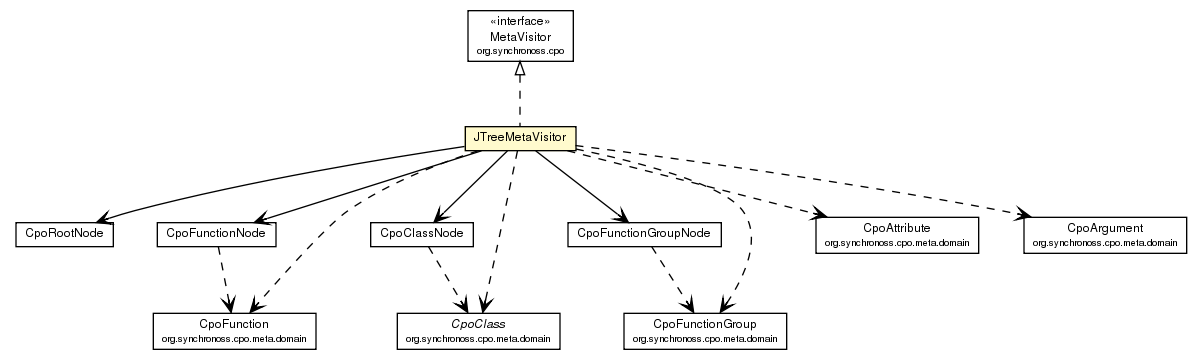
synchronoss/cpo-util keeps this Graphviz diagram as site/apidocs/org/synchronoss/cpo/util/JTreeMetaVisitor.png. Above is the earlier version. Its source is kept beside it as site/apidocs/org/synchronoss/cpo/util/JTreeMetaVisitor.dot.
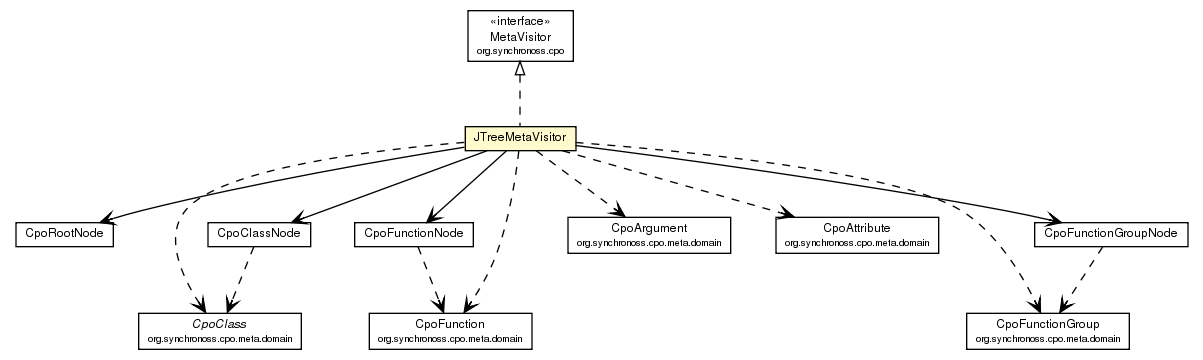
Above is the later version.

The edit, as a diff of the source:
```diff
@@ -34,37 +34,37 @@
 	c1707:p -> c1721:p [taillabel="", label="", headlabel="", fontname="Helvetica", fontcolor="black", fontsize=10.0, color="black", arrowhead=open];
 	c1707:p -> c1765:p [taillabel="", label="", headlabel="", fontname="Helvetica", fontcolor="black", fontsize=10.0, color="black", arrowhead=open, style=dashed];
 	c1707:p -> c1766:p [taillabel="", label="", headlabel="", fontname="Helvetica", fontcolor="black", fontsize=10.0, color="black", arrowhead=open, style=dashed];
+	c1707:p -> c1767:p [taillabel="", label="", headlabel="", fontname="Helvetica", fontcolor="black", fontsize=10.0, color="black", arrowhead=open, style=dashed];
 	c1707:p -> c1768:p [taillabel="", label="", headlabel="", fontname="Helvetica", fontcolor="black", fontsize=10.0, color="black", arrowhead=open, style=dashed];
-	c1707:p -> c1769:p [taillabel="", label="", headlabel="", fontname="Helvetica", fontcolor="black", fontsize=10.0, color="black", arrowhead=open, style=dashed];
 	c1707:p -> c1770:p [taillabel="", label="", headlabel="", fontname="Helvetica", fontcolor="black", fontsize=10.0, color="black", arrowhead=open, style=dashed];
-	c1721:p -> c1765:p [taillabel="", label="", headlabel="", fontname="Helvetica", fontcolor="black", fontsize=10.0, color="black", arrowhead=open, style=dashed];
-	c1723:p -> c1766:p [taillabel="", label="", headlabel="", fontname="Helvetica", fontcolor="black", fontsize=10.0, color="black", arrowhead=open, style=dashed];
-	c1728:p -> c1768:p [taillabel="", label="", headlabel="", fontname="Helvetica", fontcolor="black", fontsize=10.0, color="black", arrowhead=open, style=dashed];
-	c1766 [label=<<table border="0" cellborder="1" cellspacing="0" cellpadding="2" port="p" href="http://java.sun.com/j2se/1.4.2/docs/api/org/synchronoss/cpo/meta/domain/CpoClass.html">
+	c1721:p -> c1768:p [taillabel="", label="", headlabel="", fontname="Helvetica", fontcolor="black", fontsize=10.0, color="black", arrowhead=open, style=dashed];
+	c1723:p -> c1765:p [taillabel="", label="", headlabel="", fontname="Helvetica", fontcolor="black", fontsize=10.0, color="black", arrowhead=open, style=dashed];
+	c1728:p -> c1770:p [taillabel="", label="", headlabel="", fontname="Helvetica", fontcolor="black", fontsize=10.0, color="black", arrowhead=open, style=dashed];
+	c1765 [label=<<table border="0" cellborder="1" cellspacing="0" cellpadding="2" port="p" href="http://java.sun.com/j2se/1.4.2/docs/api/org/synchronoss/cpo/meta/domain/CpoClass.html">
 		<tr><td><table border="0" cellspacing="0" cellpadding="1">
 			<tr><td><font face="Helvetica-Oblique"> CpoClass </font></td></tr>
 			<tr><td><font point-size="7.0"> org.synchronoss.cpo.meta.domain </font></td></tr>
 		</table></td></tr>
 		</table>>, fontname="Helvetica", fontcolor="black", fontsize=9.0];
-	c1770 [label=<<table border="0" cellborder="1" cellspacing="0" cellpadding="2" port="p" href="http://java.sun.com/j2se/1.4.2/docs/api/org/synchronoss/cpo/meta/domain/CpoArgument.html">
+	c1766 [label=<<table border="0" cellborder="1" cellspacing="0" cellpadding="2" port="p" href="http://java.sun.com/j2se/1.4.2/docs/api/org/synchronoss/cpo/meta/domain/CpoArgument.html">
 		<tr><td><table border="0" cellspacing="0" cellpadding="1">
 			<tr><td> CpoArgument </td></tr>
 			<tr><td><font point-size="7.0"> org.synchronoss.cpo.meta.domain </font></td></tr>
 		</table></td></tr>
 		</table>>, fontname="Helvetica", fontcolor="black", fontsize=9.0];
-	c1769 [label=<<table border="0" cellborder="1" cellspacing="0" cellpadding="2" port="p" href="http://java.sun.com/j2se/1.4.2/docs/api/org/synchronoss/cpo/meta/domain/CpoAttribute.html">
+	c1767 [label=<<table border="0" cellborder="1" cellspacing="0" cellpadding="2" port="p" href="http://java.sun.com/j2se/1.4.2/docs/api/org/synchronoss/cpo/meta/domain/CpoAttribute.html">
 		<tr><td><table border="0" cellspacing="0" cellpadding="1">
 			<tr><td> CpoAttribute </td></tr>
 			<tr><td><font point-size="7.0"> org.synchronoss.cpo.meta.domain </font></td></tr>
 		</table></td></tr>
 		</table>>, fontname="Helvetica", fontcolor="black", fontsize=9.0];
-	c1765 [label=<<table border="0" cellborder="1" cellspacing="0" cellpadding="2" port="p" href="http://java.sun.com/j2se/1.4.2/docs/api/org/synchronoss/cpo/meta/domain/CpoFunction.html">
+	c1768 [label=<<table border="0" cellborder="1" cellspacing="0" cellpadding="2" port="p" href="http://java.sun.com/j2se/1.4.2/docs/api/org/synchronoss/cpo/meta/domain/CpoFunction.html">
 		<tr><td><table border="0" cellspacing="0" cellpadding="1">
 			<tr><td> CpoFunction </td></tr>
 			<tr><td><font point-size="7.0"> org.synchronoss.cpo.meta.domain </font></td></tr>
 		</table></td></tr>
 		</table>>, fontname="Helvetica", fontcolor="black", fontsize=9.0];
-	c1768 [label=<<table border="0" cellborder="1" cellspacing="0" cellpadding="2" port="p" href="http://java.sun.com/j2se/1.4.2/docs/api/org/synchronoss/cpo/meta/domain/CpoFunctionGroup.html">
+	c1770 [label=<<table border="0" cellborder="1" cellspacing="0" cellpadding="2" port="p" href="http://java.sun.com/j2se/1.4.2/docs/api/org/synchronoss/cpo/meta/domain/CpoFunctionGroup.html">
 		<tr><td><table border="0" cellspacing="0" cellpadding="1">
 			<tr><td> CpoFunctionGroup </td></tr>
 			<tr><td><font point-size="7.0"> org.synchronoss.cpo.meta.domain </font></td></tr>
```
